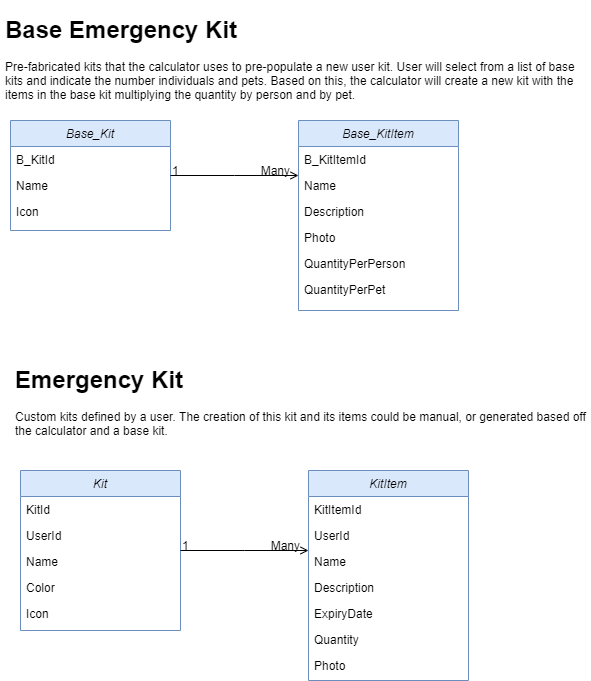
This is assets/models/EmergencyKits.png from HTBox/TwoWeeksReady, a draw.io export, as it was before one commit. Source tidied: cells renumbered, new cells last; positions are measured from the earlier drawing's top-left corner, leaving out a move shared by most shapes.
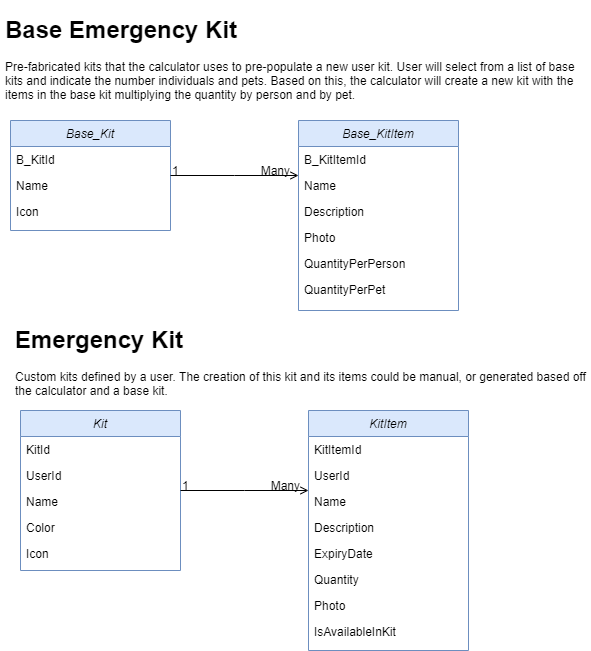
Above is the later version.

Commit message:
Updated model diagram

What changed in the source:
```diff
@@ -15,7 +15,7 @@
       <mxGeometry y="78" width="160" height="26" as="geometry" />
     </mxCell>
     <mxCell id="6" value="Kit" style="swimlane;fontStyle=2;align=center;verticalAlign=top;horizontal=1;startSize=26;rounded=0;shadow=0;strokeWidth=1;fillColor=#dae8fc;strokeColor=#6c8ebf;" parent="1" vertex="1">
-      <mxGeometry x="20" y="460" width="160" height="160" as="geometry" />
+      <mxGeometry x="20" y="400" width="160" height="160" as="geometry" />
     </mxCell>
     <mxCell id="7" value="KitId" style="text;align=left;verticalAlign=top;spacingLeft=4;spacingRight=4;overflow=hidden;" parent="6" vertex="1">
       <mxGeometry y="26" width="160" height="26" as="geometry" />
@@ -33,7 +33,7 @@
       <mxGeometry y="130" width="160" height="26" as="geometry" />
     </mxCell>
     <mxCell id="12" value="KitItem" style="swimlane;fontStyle=2;align=center;verticalAlign=top;horizontal=1;startSize=26;rounded=0;shadow=0;strokeWidth=1;fillColor=#dae8fc;strokeColor=#6c8ebf;swimlaneFillColor=none;" parent="1" vertex="1">
-      <mxGeometry x="308" y="460" width="160" height="210" as="geometry" />
+      <mxGeometry x="308" y="400" width="160" height="240" as="geometry" />
     </mxCell>
     <mxCell id="13" value="KitItemId" style="text;align=left;verticalAlign=top;spacingLeft=4;spacingRight=4;overflow=hidden;" parent="12" vertex="1">
       <mxGeometry y="26" width="160" height="26" as="geometry" />
@@ -56,6 +56,9 @@
     <mxCell id="19" value="Photo" style="text;align=left;verticalAlign=top;spacingLeft=4;spacingRight=4;overflow=hidden;rounded=0;shadow=0;html=0;" parent="12" vertex="1">
       <mxGeometry y="182" width="160" height="26" as="geometry" />
     </mxCell>
+    <mxCell id="35" value="IsAvailableInKit" style="text;align=left;verticalAlign=top;spacingLeft=4;spacingRight=4;overflow=hidden;rounded=0;shadow=0;html=0;" parent="12" vertex="1">
+      <mxGeometry y="208" width="160" height="26" as="geometry" />
+    </mxCell>
     <mxCell id="20" value="Base_KitItem" style="swimlane;fontStyle=2;align=center;verticalAlign=top;horizontal=1;startSize=26;rounded=0;shadow=0;strokeWidth=1;fillColor=#dae8fc;strokeColor=#6c8ebf;" parent="1" vertex="1">
       <mxGeometry x="298" y="110" width="160" height="190" as="geometry" />
     </mxCell>
@@ -94,8 +97,8 @@
     </mxCell>
     <mxCell id="30" style="endArrow=open;shadow=0;strokeWidth=1;rounded=0;endFill=1;edgeStyle=elbowEdgeStyle;elbow=vertical;" parent="1" edge="1">
       <mxGeometry x="0.5" y="41" relative="1" as="geometry">
-        <mxPoint x="180" y="540" as="sourcePoint" />
-        <mxPoint x="308" y="540" as="targetPoint" />
+        <mxPoint x="180" y="480" as="sourcePoint" />
+        <mxPoint x="308" y="480" as="targetPoint" />
         <mxPoint x="-40" y="32" as="offset" />
       </mxGeometry>
     </mxCell>
@@ -113,7 +116,7 @@
       <mxGeometry width="580" height="120" as="geometry" />
     </mxCell>
     <mxCell id="34" value="&lt;h1&gt;Emergency Kit&lt;/h1&gt;&lt;p&gt;Custom kits defined by a user. The creation of this kit and its items could be manual, or generated based off the calculator and a base kit.&lt;/p&gt;" style="text;html=1;strokeColor=none;fillColor=none;spacing=5;spacingTop=-20;whiteSpace=wrap;overflow=hidden;rounded=0;" parent="1" vertex="1">
-      <mxGeometry x="10" y="350" width="580" height="120" as="geometry" />
+      <mxGeometry x="10" y="310" width="580" height="120" as="geometry" />
     </mxCell>
   </root>
 </mxGraphModel>
```
